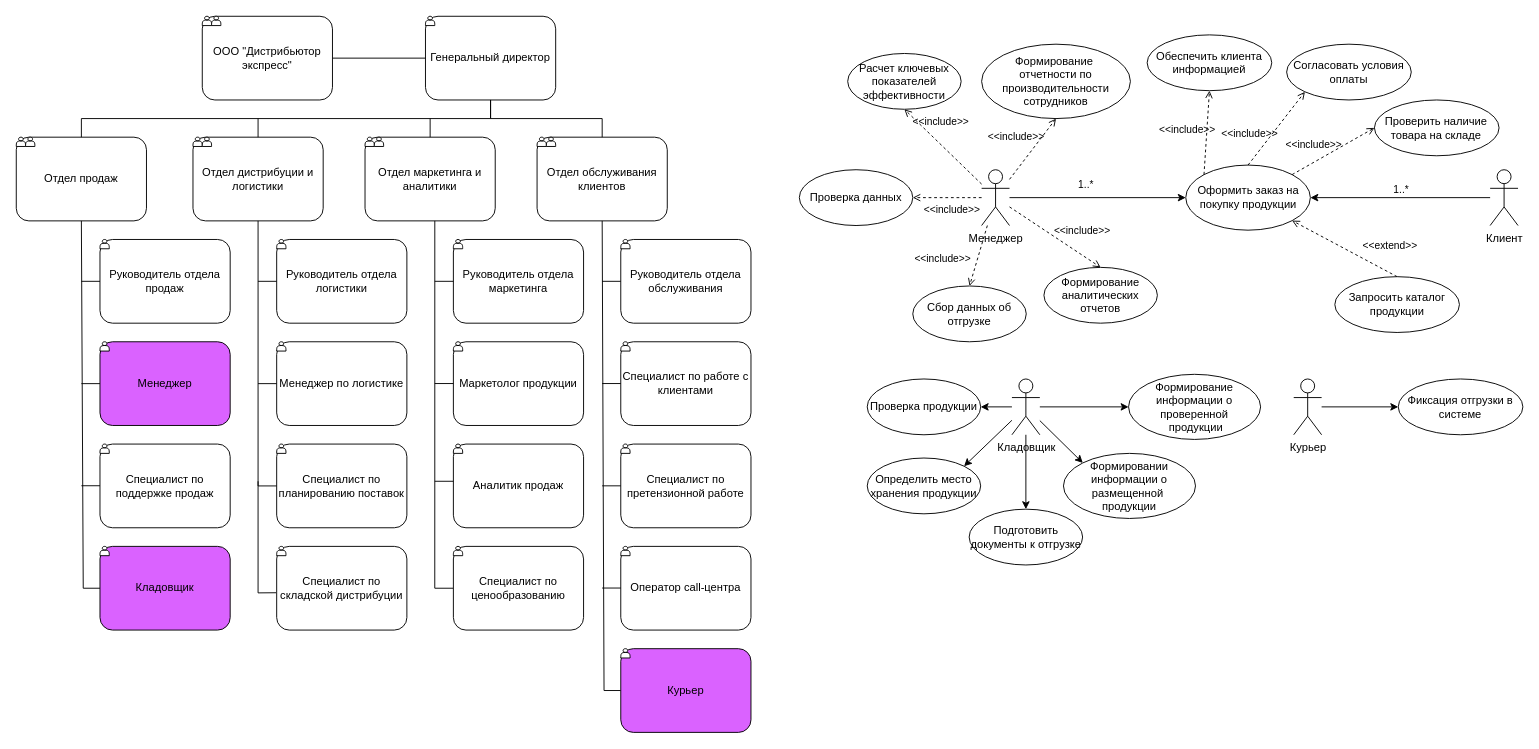
Before: ОРПС_3.drawio in mopsin666/AKMS, a draw.io diagram. Source tidied: cells renumbered, new cells numbered last; positions are measured from the earlier drawing's top-left corner, leaving out a move shared by most shapes. Both pictures are drawn from the tidied source at 93%, with x=0, y=0 at pixel (16, 16).
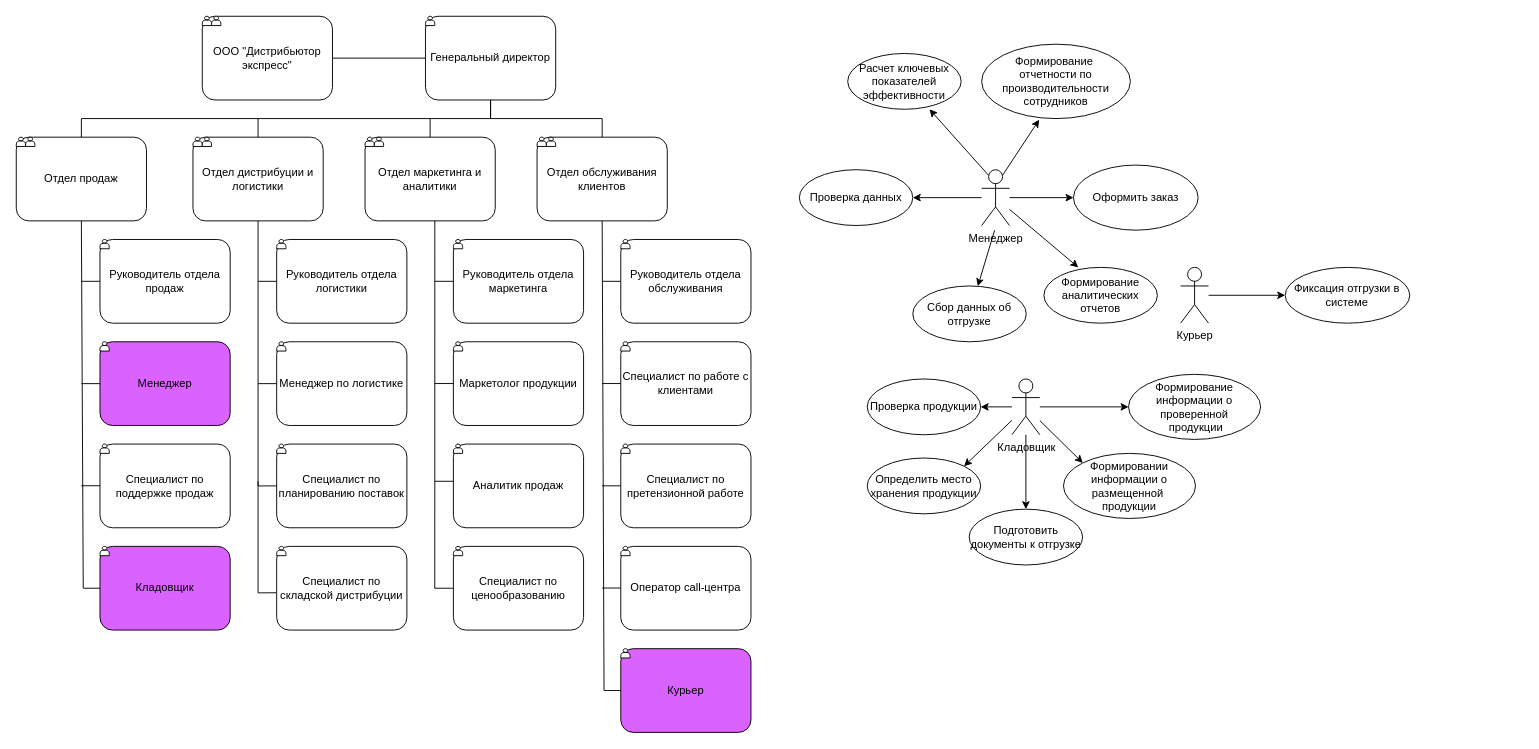
Above is the later version.

The change refers to these unchanged cells:
```xml
<mxCell id="76" style="edgeStyle=orthogonalEdgeStyle;rounded=0;jettySize=auto;html=1;entryX=0;entryY=0.5;entryDx=0;entryDy=0;" parent="1" edge="1" source="78" target="81">
  <mxGeometry relative="1" as="geometry" />
</mxCell>
<mxCell id="78" value="Менеджер" style="shape=umlActor;verticalLabelPosition=bottom;verticalAlign=top;html=1;outlineConnect=0;" parent="1" vertex="1">
  <mxGeometry x="1038" y="165" width="30" height="60" as="geometry" />
</mxCell>
<mxCell id="95" value="Формирование аналитических отчетов" style="ellipse;whiteSpace=wrap;html=1;" parent="1" vertex="1">
  <mxGeometry x="1105" y="270" width="122" height="60" as="geometry" />
</mxCell>
<mxCell id="96" value="Сбор данных об отгрузке" style="ellipse;whiteSpace=wrap;html=1;" parent="1" vertex="1">
  <mxGeometry x="964" y="290" width="122" height="60" as="geometry" />
</mxCell>
<mxCell id="97" value="Проверка данных" style="ellipse;whiteSpace=wrap;html=1;" parent="1" vertex="1">
  <mxGeometry x="842" y="165" width="122" height="60" as="geometry" />
</mxCell>
<mxCell id="98" value="Расчет ключевых показателей эффективности" style="ellipse;whiteSpace=wrap;html=1;" parent="1" vertex="1">
  <mxGeometry x="894" y="40" width="122" height="60" as="geometry" />
</mxCell>
<mxCell id="99" value="Формирование&amp;nbsp;&lt;div&gt;отчетности по производительности сотрудников&lt;/div&gt;" style="ellipse;whiteSpace=wrap;html=1;" parent="1" vertex="1">
  <mxGeometry x="1038" y="30" width="160" height="80" as="geometry" />
</mxCell>
```

Change to the diagram source:
```diff
@@
-    <mxCell id="77" value="1..*" style="edgeLabel;html=1;align=center;verticalAlign=middle;" parent="76" vertex="1">
-      <mxGeometry x="-0.1" y="3" relative="1" as="geometry">
-        <mxPoint x="-4" y="-12" as="offset" />
-      </mxGeometry>
-    </mxCell>
@@
-    <mxCell id="79" style="edgeStyle=orthogonalEdgeStyle;rounded=0;jettySize=auto;html=1;entryX=1;entryY=0.5;entryDx=0;entryDy=0;" parent="1" edge="1" source="80" target="81">
-      <mxGeometry relative="1" as="geometry" />
-    </mxCell>
-    <mxCell id="80" value="Клиент" style="shape=umlActor;verticalLabelPosition=bottom;verticalAlign=top;html=1;outlineConnect=0;" parent="1" vertex="1">
-      <mxGeometry x="1584.8" y="165" width="30" height="60" as="geometry" />
-    </mxCell>
-    <mxCell id="81" value="Оформить заказ на покупку продукции" style="ellipse;whiteSpace=wrap;html=1;" parent="1" vertex="1">
-      <mxGeometry x="1257.5" y="160" width="134" height="70" as="geometry" />
+    <mxCell id="81" value="Оформить заказ" style="ellipse;whiteSpace=wrap;html=1;" parent="1" vertex="1">
+      <mxGeometry x="1136.8" y="160" width="134" height="70" as="geometry" />
     </mxCell>
-    <mxCell id="82" value="Обеспечить клиента информацией" style="ellipse;whiteSpace=wrap;html=1;" parent="1" vertex="1">
-      <mxGeometry x="1216" y="20" width="134" height="60" as="geometry" />
-    </mxCell>
-    <mxCell id="83" value="&amp;lt;&amp;lt;include&amp;gt;&amp;gt;" style="html=1;verticalAlign=bottom;labelBackgroundColor=none;endArrow=open;endFill=0;dashed=1;rounded=0;exitX=0;exitY=0;exitDx=0;exitDy=0;entryX=0.5;entryY=1;entryDx=0;entryDy=0;" parent="1" edge="1" source="81" target="82">
-      <mxGeometry x="-0.13" y="21" relative="1" as="geometry">
-        <mxPoint y="1" as="offset" />
-      </mxGeometry>
-    </mxCell>
-    <mxCell id="84" value="Согласовать условия оплаты" style="ellipse;whiteSpace=wrap;html=1;" parent="1" vertex="1">
-      <mxGeometry x="1366" y="30" width="134" height="60" as="geometry" />
-    </mxCell>
-    <mxCell id="85" value="&amp;lt;&amp;lt;include&amp;gt;&amp;gt;" style="html=1;verticalAlign=bottom;labelBackgroundColor=none;endArrow=open;endFill=0;dashed=1;rounded=0;exitX=0.5;exitY=0;exitDx=0;exitDy=0;entryX=0;entryY=1;entryDx=0;entryDy=0;" parent="1" edge="1" source="81" target="84">
-      <mxGeometry x="-0.58" y="14" relative="1" as="geometry" />
-    </mxCell>
-    <mxCell id="86" value="1..*" style="edgeLabel;html=1;align=center;verticalAlign=middle;" parent="1" vertex="1">
-      <mxGeometry x="1136.8" y="180" as="geometry">
-        <mxPoint x="352" y="6" as="offset" />
-      </mxGeometry>
-    </mxCell>
-    <mxCell id="87" value="&amp;lt;&amp;lt;include&amp;gt;&amp;gt;" style="html=1;verticalAlign=bottom;labelBackgroundColor=none;endArrow=open;endFill=0;dashed=1;rounded=0;exitX=1;exitY=0;exitDx=0;exitDy=0;entryX=0;entryY=0.5;entryDx=0;entryDy=0;" parent="1" edge="1" source="81" target="88">
-      <mxGeometry x="-0.38" y="9" relative="1" as="geometry" />
-    </mxCell>
-    <mxCell id="88" value="Проверить наличие товара на складе" style="ellipse;whiteSpace=wrap;html=1;" parent="1" vertex="1">
-      <mxGeometry x="1460.4" y="90" width="134" height="60" as="geometry" />
-    </mxCell>
-    <mxCell id="89" value="&amp;lt;&amp;lt;extend&amp;gt;&amp;gt;" style="html=1;verticalAlign=bottom;labelBackgroundColor=none;endArrow=open;endFill=0;dashed=1;rounded=0;exitX=0.5;exitY=0;exitDx=0;exitDy=0;entryX=1;entryY=1;entryDx=0;entryDy=0;" parent="1" edge="1" source="90" target="81">
-      <mxGeometry x="-0.72" y="-18" relative="1" as="geometry" />
-    </mxCell>
-    <mxCell id="90" value="Запросить каталог продукции" style="ellipse;whiteSpace=wrap;html=1;" parent="1" vertex="1">
-      <mxGeometry x="1417.8" y="280" width="134" height="60" as="geometry" />
-    </mxCell>
@@
     <mxCell id="93" value="Курьер" style="shape=umlActor;verticalLabelPosition=bottom;verticalAlign=top;html=1;outlineConnect=0;" parent="1" vertex="1">
-      <mxGeometry x="1373.6" y="390" width="30" height="60" as="geometry" />
+      <mxGeometry x="1252" y="270" width="30" height="60" as="geometry" />
     </mxCell>
@@
-    <mxCell id="100" value="&amp;lt;&amp;lt;include&amp;gt;&amp;gt;" style="html=1;verticalAlign=bottom;labelBackgroundColor=none;endArrow=open;endFill=0;dashed=1;rounded=0;entryX=1;entryY=0.5;entryDx=0;entryDy=0;" parent="1" edge="1" source="78" target="97">
-      <mxGeometry x="-0.13" y="21" relative="1" as="geometry">
-        <mxPoint y="1" as="offset" />
-      </mxGeometry>
-    </mxCell>
-    <mxCell id="101" value="&amp;lt;&amp;lt;include&amp;gt;&amp;gt;" style="html=1;verticalAlign=bottom;labelBackgroundColor=none;endArrow=open;endFill=0;dashed=1;rounded=0;entryX=0.5;entryY=1;entryDx=0;entryDy=0;" parent="1" edge="1" source="78" target="98">
-      <mxGeometry x="0.25" y="-11" relative="1" as="geometry" />
-    </mxCell>
-    <mxCell id="102" value="&amp;lt;&amp;lt;include&amp;gt;&amp;gt;" style="html=1;verticalAlign=bottom;labelBackgroundColor=none;endArrow=open;endFill=0;dashed=1;rounded=0;entryX=0.5;entryY=1;entryDx=0;entryDy=0;" parent="1" edge="1" source="78" target="99">
-      <mxGeometry x="-0.2" y="17" relative="1" as="geometry" />
-    </mxCell>
-    <mxCell id="103" value="&amp;lt;&amp;lt;include&amp;gt;&amp;gt;" style="html=1;verticalAlign=bottom;labelBackgroundColor=none;endArrow=open;endFill=0;dashed=1;rounded=0;entryX=0.5;entryY=0;entryDx=0;entryDy=0;" parent="1" edge="1" source="78" target="96">
-      <mxGeometry x="0.68" y="-33" relative="1" as="geometry" />
-    </mxCell>
-    <mxCell id="104" value="&amp;lt;&amp;lt;include&amp;gt;&amp;gt;" style="html=1;verticalAlign=bottom;labelBackgroundColor=none;endArrow=open;endFill=0;dashed=1;rounded=0;entryX=0.5;entryY=0;entryDx=0;entryDy=0;" parent="1" edge="1" source="78" target="95">
-      <mxGeometry x="0.43" y="14" relative="1" as="geometry" />
-    </mxCell>
     <mxCell id="105" value="Фиксация отгрузки в системе" style="ellipse;whiteSpace=wrap;html=1;" parent="1" vertex="1">
-      <mxGeometry x="1486" y="390" width="134" height="60" as="geometry" />
+      <mxGeometry x="1364.4" y="270" width="134" height="60" as="geometry" />
     </mxCell>
@@
+    <mxCell id="104" style="endArrow=classic;html=1;rounded=0;entryX=0.303;entryY=0;entryDx=0;entryDy=0;entryPerimeter=0;" parent="1" edge="1" source="78" target="95">
+      <mxGeometry relative="1" as="geometry" />
+    </mxCell>
+    <mxCell id="115" style="endArrow=classic;html=1;rounded=0;" parent="1" edge="1" target="96">
+      <mxGeometry relative="1" as="geometry">
+        <mxPoint x="1052" y="230" as="sourcePoint" />
+      </mxGeometry>
+    </mxCell>
+    <mxCell id="100" style="endArrow=classic;html=1;rounded=0;entryX=1;entryY=0.5;entryDx=0;entryDy=0;" parent="1" edge="1" source="78" target="97">
+      <mxGeometry relative="1" as="geometry" />
+    </mxCell>
+    <mxCell id="101" style="endArrow=classic;html=1;rounded=0;entryX=0.721;entryY=1;entryDx=0;entryDy=0;entryPerimeter=0;exitX=0.25;exitY=0.1;exitDx=0;exitDy=0;exitPerimeter=0;" parent="1" edge="1" source="78" target="98">
+      <mxGeometry relative="1" as="geometry" />
+    </mxCell>
+    <mxCell id="102" style="endArrow=classic;html=1;rounded=0;entryX=0.387;entryY=1.015;entryDx=0;entryDy=0;entryPerimeter=0;exitX=0.75;exitY=0.1;exitDx=0;exitDy=0;exitPerimeter=0;" parent="1" edge="1" source="78" target="99">
+      <mxGeometry relative="1" as="geometry" />
+    </mxCell>
```
